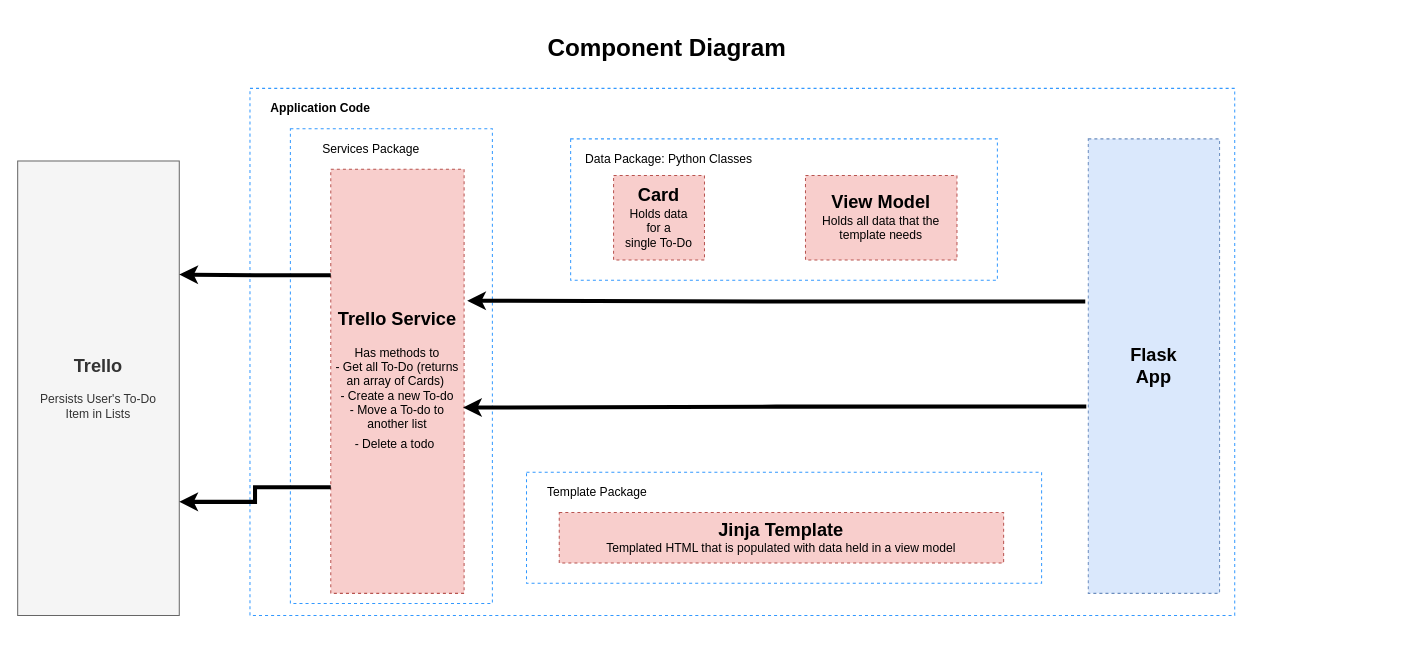
Earlier version of the draw.io diagram page "Component Diagram" (3 of 3) of todo_app/documentation/C4Diagrams.drawio (angeline-tech/DevOps-Course-Starter). Source tidied: cells renumbered, new cells numbered last; positions are measured from the earlier drawing's top-left corner, leaving out a move shared by most shapes. Both pictures are drawn from the tidied source at 101%, with x=0, y=0 at pixel (17, 27).
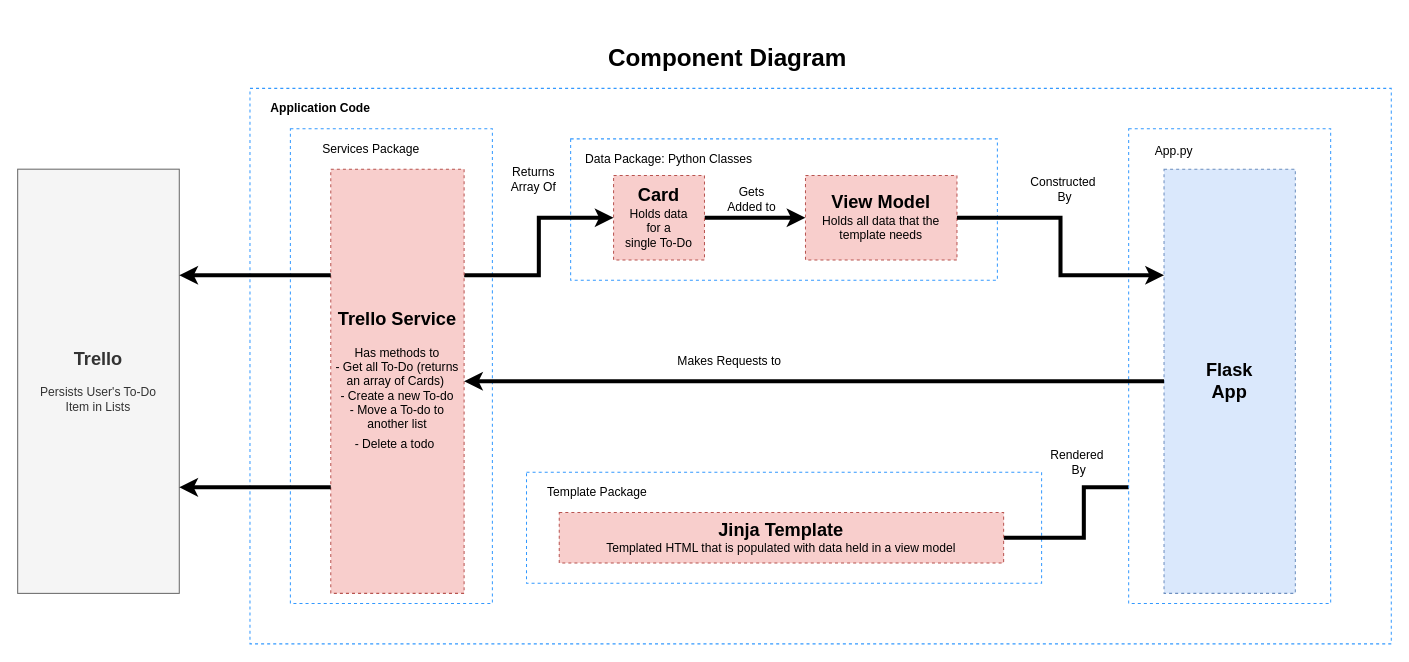
The same diagram, later.

The change refers to these unchanged cells:
```xml
<mxCell id="6" value="&lt;b style=&quot;font-size: 18px&quot;&gt;Card&lt;/b&gt;&lt;br&gt;&lt;font style=&quot;font-size: 12px&quot;&gt;Holds data &lt;br&gt;for a &lt;br&gt;single To-Do&lt;/font&gt;" style="rounded=0;whiteSpace=wrap;html=1;dashed=1;fillColor=#f8cecc;strokeColor=#b85450;" parent="1" vertex="1">
  <mxGeometry x="590" y="146.2" width="90" height="83.8" as="geometry" />
</mxCell>
<mxCell id="8" value="&lt;font style=&quot;font-size: 18px&quot;&gt;&lt;b&gt;View Model&lt;br&gt;&lt;/b&gt;&lt;/font&gt;Holds all data that the template needs" style="rounded=0;whiteSpace=wrap;html=1;dashed=1;fillColor=#f8cecc;strokeColor=#b85450;" parent="1" vertex="1">
  <mxGeometry x="780" y="146.2" width="150" height="83.8" as="geometry" />
</mxCell>
<mxCell id="10" value="&lt;span style=&quot;font-weight: bold ; font-size: 18px&quot;&gt;Jinja Template&lt;/span&gt;&lt;br&gt;&lt;font style=&quot;font-size: 12px&quot;&gt;Templated HTML that is populated with data held in a view model&lt;/font&gt;" style="rounded=0;whiteSpace=wrap;html=1;dashed=1;fillColor=#f8cecc;strokeColor=#b85450;" parent="1" vertex="1">
  <mxGeometry x="536.2" y="480" width="440" height="50" as="geometry" />
</mxCell>
<mxCell id="14" value="&lt;span style=&quot;font-weight: bold ; font-size: 18px&quot;&gt;Trello Service&lt;/span&gt;&lt;br&gt;&lt;br&gt;&lt;font style=&quot;font-size: 12px&quot;&gt;Has methods to&lt;br&gt;- Get all To-Do (returns an array of Cards)&amp;nbsp;&lt;br&gt;- Create a new To-do&lt;br&gt;- Move a To-do to another list&lt;br&gt;- Delete a todo&lt;/font&gt;&lt;b style=&quot;font-size: 18px&quot;&gt;&amp;nbsp;&lt;br&gt;&lt;/b&gt;" style="rounded=0;whiteSpace=wrap;html=1;dashed=1;fillColor=#f8cecc;strokeColor=#b85450;" parent="1" vertex="1">
  <mxGeometry x="310" y="140" width="132" height="420" as="geometry" />
</mxCell>
```

Diff of the diagram source:
```diff
@@
     <mxCell id="2" style="rounded=0;whiteSpace=wrap;html=1;dashed=1;strokeColor=#3399FF;" parent="1" vertex="1">
-      <mxGeometry x="230" y="60" width="975" height="521.9" as="geometry" />
+      <mxGeometry x="230" y="60" width="1130" height="550" as="geometry" />
     </mxCell>
     <mxCell id="3" value="&lt;h1&gt;Component Diagram&lt;/h1&gt;" style="text;html=1;strokeColor=none;fillColor=none;spacing=5;spacingTop=-20;whiteSpace=wrap;overflow=hidden;rounded=0;" parent="1" vertex="1">
-      <mxGeometry x="520" width="280" height="40" as="geometry" />
+      <mxGeometry x="580" y="10" width="280" height="40" as="geometry" />
     </mxCell>
     <mxCell id="4" value="&lt;font style=&quot;font-size: 18px&quot;&gt;&lt;b&gt;Trello&lt;/b&gt;&lt;/font&gt;&lt;br&gt;&lt;br&gt;Persists User's To-Do&lt;br&gt;&amp;nbsp;Item in Lists&amp;nbsp;" style="rounded=0;whiteSpace=wrap;html=1;fillColor=#f5f5f5;strokeColor=#666666;fontColor=#333333;" parent="1" vertex="1">
-      <mxGeometry y="131.9" width="160" height="450" as="geometry" />
+      <mxGeometry y="140" width="160" height="420" as="geometry" />
     </mxCell>
@@
+    <mxCell id="21" style="edgeStyle=orthogonalEdgeStyle;rounded=0;jettySize=auto;html=1;exitX=1;exitY=0.5;exitDx=0;exitDy=0;entryX=0;entryY=0.5;entryDx=0;entryDy=0;strokeWidth=4;" parent="1" edge="1" source="6" target="8">
+      <mxGeometry relative="1" as="geometry" />
+    </mxCell>
@@
+    <mxCell id="22" style="edgeStyle=orthogonalEdgeStyle;rounded=0;jettySize=auto;html=1;exitX=1;exitY=0.5;exitDx=0;exitDy=0;entryX=0;entryY=0.75;entryDx=0;entryDy=0;strokeWidth=4;" parent="1" edge="1" source="10" target="12">
+      <mxGeometry relative="1" as="geometry" />
+    </mxCell>
@@
-    <mxCell id="12" value="&lt;b&gt;&lt;font style=&quot;font-size: 18px&quot;&gt;Flask &lt;br&gt;App&lt;/font&gt;&lt;/b&gt;" style="rounded=0;whiteSpace=wrap;html=1;dashed=1;fillColor=#dae8fc;strokeColor=#6c8ebf;" parent="1" vertex="1">
-      <mxGeometry x="1060" y="110" width="130" height="450" as="geometry" />
-    </mxCell>
@@
+    <mxCell id="23" style="edgeStyle=orthogonalEdgeStyle;rounded=0;jettySize=auto;html=1;exitX=1;exitY=0.25;exitDx=0;exitDy=0;entryX=0;entryY=0.5;entryDx=0;entryDy=0;strokeWidth=4;" parent="1" edge="1" source="14" target="6">
+      <mxGeometry relative="1" as="geometry" />
+    </mxCell>
@@
-    <mxCell id="15" style="edgeStyle=orthogonalEdgeStyle;rounded=0;jettySize=auto;html=1;exitX=-0.023;exitY=0.358;exitDx=0;exitDy=0;strokeWidth=4;entryX=1.023;entryY=0.31;entryDx=0;entryDy=0;entryPerimeter=0;exitPerimeter=0;" parent="1" edge="1" source="12" target="14">
-      <mxGeometry relative="1" as="geometry">
-        <Array as="points">
-          <mxPoint x="751" y="270" />
-        </Array>
-      </mxGeometry>
-    </mxCell>
@@
-    <mxCell id="20" style="edgeStyle=orthogonalEdgeStyle;rounded=0;jettySize=auto;html=1;exitX=-0.015;exitY=0.589;exitDx=0;exitDy=0;strokeWidth=4;exitPerimeter=0;entryX=0.992;entryY=0.562;entryDx=0;entryDy=0;entryPerimeter=0;" parent="1" edge="1" source="12" target="14">
-      <mxGeometry relative="1" as="geometry" />
-    </mxCell>
+    <mxCell id="24" style="rounded=0;whiteSpace=wrap;html=1;dashed=1;strokeColor=#3399FF;" parent="1" vertex="1">
+      <mxGeometry x="1100" y="100" width="200" height="470" as="geometry" />
+    </mxCell>
+    <mxCell id="12" value="&lt;b&gt;&lt;font style=&quot;font-size: 18px&quot;&gt;Flask &lt;br&gt;App&lt;/font&gt;&lt;/b&gt;" style="rounded=0;whiteSpace=wrap;html=1;dashed=1;fillColor=#dae8fc;strokeColor=#6c8ebf;" parent="1" vertex="1">
+      <mxGeometry x="1135" y="140" width="130" height="420" as="geometry" />
+    </mxCell>
+    <mxCell id="25" style="edgeStyle=orthogonalEdgeStyle;rounded=0;jettySize=auto;html=1;exitX=0;exitY=0.5;exitDx=0;exitDy=0;strokeWidth=4;" parent="1" edge="1" source="12" target="14">
+      <mxGeometry relative="1" as="geometry" />
+    </mxCell>
+    <mxCell id="26" value="App.py" style="text;html=1;strokeColor=none;fillColor=none;align=center;verticalAlign=middle;whiteSpace=wrap;rounded=0;" parent="1" vertex="1">
+      <mxGeometry x="1125" y="111.9" width="40" height="20" as="geometry" />
+    </mxCell>
+    <mxCell id="27" value="Makes Requests to" style="text;html=1;strokeColor=none;fillColor=none;align=center;verticalAlign=middle;whiteSpace=wrap;rounded=0;" parent="1" vertex="1">
+      <mxGeometry x="620" y="320" width="170" height="20" as="geometry" />
+    </mxCell>
+    <mxCell id="28" value="Returns Array Of" style="text;html=1;strokeColor=none;fillColor=none;align=center;verticalAlign=middle;whiteSpace=wrap;rounded=0;" parent="1" vertex="1">
+      <mxGeometry x="473.8" y="140" width="73.8" height="20" as="geometry" />
+    </mxCell>
+    <mxCell id="29" value="Gets &lt;br&gt;Added to" style="text;html=1;strokeColor=none;fillColor=none;align=center;verticalAlign=middle;whiteSpace=wrap;rounded=0;" parent="1" vertex="1">
+      <mxGeometry x="690" y="160" width="73.8" height="20" as="geometry" />
+    </mxCell>
+    <mxCell id="30" style="edgeStyle=orthogonalEdgeStyle;rounded=0;jettySize=auto;html=1;exitX=1;exitY=0.5;exitDx=0;exitDy=0;entryX=0;entryY=0.25;entryDx=0;entryDy=0;strokeWidth=4;" parent="1" edge="1" source="8" target="12">
+      <mxGeometry relative="1" as="geometry" />
+    </mxCell>
+    <mxCell id="31" value="Constructed&amp;nbsp;&lt;br&gt;By" style="text;html=1;strokeColor=none;fillColor=none;align=center;verticalAlign=middle;whiteSpace=wrap;rounded=0;" parent="1" vertex="1">
+      <mxGeometry x="1000" y="150" width="73.8" height="20" as="geometry" />
+    </mxCell>
+    <mxCell id="32" value="Rendered&amp;nbsp;&lt;br&gt;By" style="text;html=1;strokeColor=none;fillColor=none;align=center;verticalAlign=middle;whiteSpace=wrap;rounded=0;" parent="1" vertex="1">
+      <mxGeometry x="1013.8" y="420" width="73.8" height="20" as="geometry" />
+    </mxCell>
```
